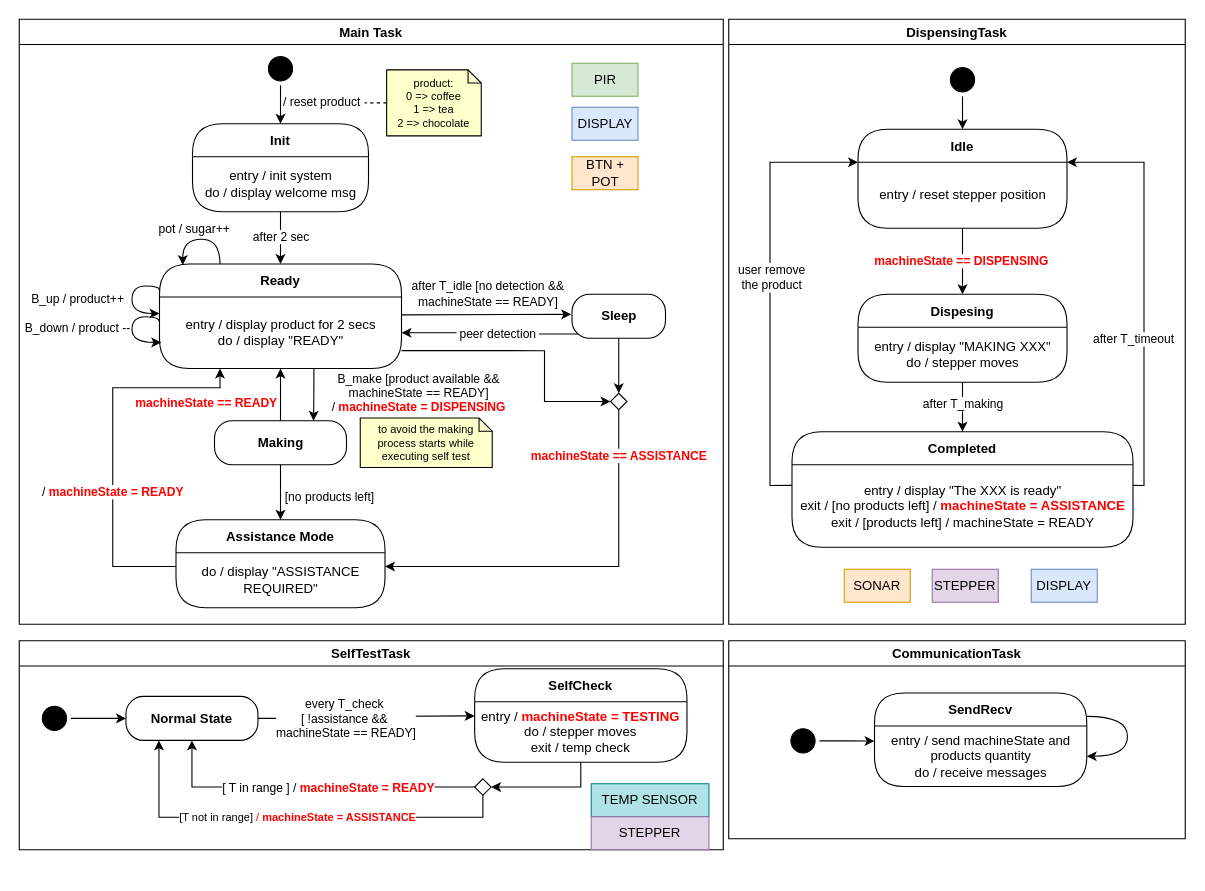
tassiLuca/smart-coffee-machine keeps this draw.io diagram as page "Page-1" (1 of 2) of docs/diagrams/src/state-chart.drawio. Above is the earlier version. Source tidied: cells renumbered, new cells numbered last; positions are measured from the earlier drawing's top-left corner, leaving out a move shared by most shapes. Both pictures are drawn from the tidied source at 110%, with x=0, y=0 at pixel (19, 19).
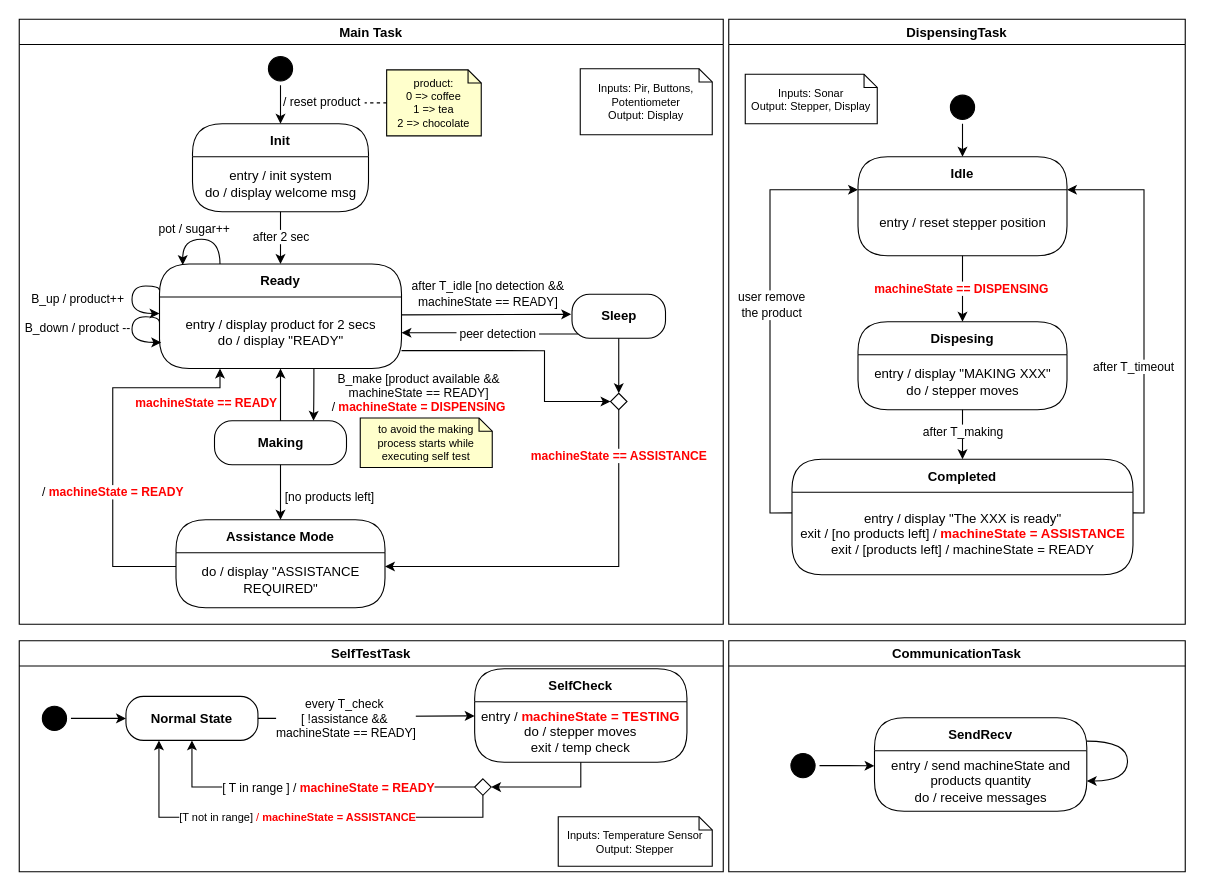
The same diagram, later.

The change refers to these unchanged cells:
```xml
<mxCell id="2" value="Main Task" style="swimlane;strokeColor=#000000;" parent="1" vertex="1">
  <mxGeometry width="640" height="550" as="geometry" />
</mxCell>
<mxCell id="43" value="DispensingTask" style="swimlane;strokeColor=#000000;" parent="1" vertex="1">
  <mxGeometry x="645" width="415" height="550" as="geometry" />
</mxCell>
<mxCell id="51" value="entry / display &quot;The XXX is ready&quot;&lt;br&gt;exit / [no products left] / &lt;b&gt;&lt;font color=&quot;#ff0000&quot;&gt;machineState = ASSISTANCE&lt;/font&gt;&lt;/b&gt;&lt;br&gt;exit / [products left] / machineState = READY" style="text;html=1;align=center;verticalAlign=middle;spacingLeft=4;spacingRight=4;whiteSpace=wrap;overflow=hidden;" parent="50" vertex="1">
  <mxGeometry y="30" width="310" height="75" as="geometry" />
</mxCell>
<mxCell id="58" value="entry / reset stepper position" style="text;html=1;align=center;verticalAlign=middle;spacingLeft=4;spacingRight=4;whiteSpace=wrap;overflow=hidden;" parent="57" vertex="1">
  <mxGeometry y="30" width="190" height="60" as="geometry" />
</mxCell>
```

What changed in the source:
```diff
@@
-    <mxCell id="16" value="PIR" style="text;html=1;strokeColor=#82b366;fillColor=#d5e8d4;align=center;verticalAlign=middle;whiteSpace=wrap;rounded=0;" parent="2" vertex="1">
-      <mxGeometry x="502.5" y="40" width="60" height="30" as="geometry" />
-    </mxCell>
-    <mxCell id="17" value="DISPLAY" style="text;html=1;strokeColor=#6c8ebf;fillColor=#dae8fc;align=center;verticalAlign=middle;whiteSpace=wrap;rounded=0;" parent="2" vertex="1">
-      <mxGeometry x="502.5" y="80" width="60" height="30" as="geometry" />
-    </mxCell>
@@
-    <mxCell id="40" value="BTN + POT" style="text;html=1;strokeColor=#d79b00;fillColor=#ffe6cc;align=center;verticalAlign=middle;whiteSpace=wrap;rounded=0;" parent="2" vertex="1">
-      <mxGeometry x="502.5" y="125" width="60" height="30" as="geometry" />
-    </mxCell>
@@
+    <mxCell id="84" value="&lt;span style=&quot;text-align: left;&quot;&gt;Inputs: Pir, Buttons, Potentiometer&lt;br&gt;Output: Display&lt;br&gt;&lt;/span&gt;" style="shape=note;size=12;whiteSpace=wrap;html=1;fontSize=10;" parent="2" vertex="1">
+      <mxGeometry x="510" y="45" width="120" height="60" as="geometry" />
+    </mxCell>
@@
-    <mxCell id="44" value="STEPPER" style="text;html=1;strokeColor=#9673a6;fillColor=#e1d5e7;align=center;verticalAlign=middle;whiteSpace=wrap;rounded=0;" parent="43" vertex="1">
-      <mxGeometry x="185" y="500" width="60" height="30" as="geometry" />
-    </mxCell>
-    <mxCell id="45" value="SONAR" style="text;html=1;strokeColor=#d79b00;fillColor=#ffe6cc;align=center;verticalAlign=middle;whiteSpace=wrap;rounded=0;" parent="43" vertex="1">
-      <mxGeometry x="105" y="500" width="60" height="30" as="geometry" />
-    </mxCell>
-    <mxCell id="46" value="DISPLAY" style="text;html=1;strokeColor=#6c8ebf;fillColor=#dae8fc;align=center;verticalAlign=middle;whiteSpace=wrap;rounded=0;" parent="43" vertex="1">
-      <mxGeometry x="275" y="500" width="60" height="30" as="geometry" />
-    </mxCell>
     <mxCell id="47" style="ellipse;html=1;shape=startState;fillColor=#000000;strokeColor=#000000;" parent="43" vertex="1">
-      <mxGeometry x="197.5" y="40" width="30" height="30" as="geometry" />
+      <mxGeometry x="197.5" y="65" width="30" height="30" as="geometry" />
     </mxCell>
     <mxCell id="48" value="Dispesing" style="swimlane;fontStyle=1;align=center;verticalAlign=middle;horizontal=1;startSize=30;rounded=1;arcSize=30;swimlaneFillColor=#FFFFFF;" parent="43" vertex="1">
-      <mxGeometry x="117.5" y="250" width="190" height="80" as="geometry" />
+      <mxGeometry x="117.5" y="275" width="190" height="80" as="geometry" />
     </mxCell>
@@
     <mxCell id="50" value="Completed" style="swimlane;fontStyle=1;align=center;verticalAlign=middle;horizontal=1;startSize=30;rounded=1;arcSize=30;swimlaneFillColor=#FFFFFF;" parent="43" vertex="1">
-      <mxGeometry x="57.5" y="375" width="310" height="105" as="geometry" />
+      <mxGeometry x="57.5" y="400" width="310" height="105" as="geometry" />
     </mxCell>
@@
     <mxCell id="53" style="edgeStyle=orthogonalEdgeStyle;rounded=0;jettySize=auto;html=1;exitX=0;exitY=0.25;exitDx=0;exitDy=0;entryX=0;entryY=0;entryDx=0;entryDy=0;fontColor=#000000;" parent="43" edge="1" source="51" target="58">
       <mxGeometry relative="1" as="geometry">
         <Array as="points">
-          <mxPoint x="37.5" y="424" />
-          <mxPoint x="37.5" y="130" />
+          <mxPoint x="37.5" y="449" />
+          <mxPoint x="37.5" y="155" />
         </Array>
       </mxGeometry>
     </mxCell>
@@
     <mxCell id="55" style="edgeStyle=orthogonalEdgeStyle;rounded=0;jettySize=auto;html=1;exitX=1;exitY=0.25;exitDx=0;exitDy=0;entryX=1;entryY=0;entryDx=0;entryDy=0;fontColor=#000000;" parent="43" edge="1" source="51" target="58">
       <mxGeometry relative="1" as="geometry">
         <Array as="points">
-          <mxPoint x="377.5" y="424" />
-          <mxPoint x="377.5" y="130" />
+          <mxPoint x="377.5" y="449" />
+          <mxPoint x="377.5" y="155" />
         </Array>
       </mxGeometry>
     </mxCell>
@@
     <mxCell id="57" value="Idle" style="swimlane;fontStyle=1;align=center;verticalAlign=middle;horizontal=1;startSize=30;rounded=1;arcSize=30;swimlaneFillColor=#FFFFFF;" parent="43" vertex="1">
-      <mxGeometry x="117.5" y="100" width="190" height="90" as="geometry" />
+      <mxGeometry x="117.5" y="125" width="190" height="90" as="geometry" />
     </mxCell>
@@
+    <mxCell id="85" value="&lt;span style=&quot;text-align: left;&quot;&gt;Inputs: Sonar&lt;br&gt;Output: Stepper, Display&lt;br&gt;&lt;/span&gt;" style="shape=note;size=12;whiteSpace=wrap;html=1;fontSize=10;" parent="43" vertex="1">
+      <mxGeometry x="15" y="50" width="120" height="45" as="geometry" />
+    </mxCell>
     <mxCell id="61" value="SelfTestTask" style="swimlane;strokeColor=#000000;" parent="1" vertex="1">
-      <mxGeometry y="565" width="640" height="190" as="geometry" />
+      <mxGeometry y="565" width="640" height="210" as="geometry" />
     </mxCell>
@@
-    <mxCell id="75" value="TEMP SENSOR" style="text;html=1;align=center;verticalAlign=middle;whiteSpace=wrap;rounded=0;fillColor=#b0e3e6;strokeColor=#0e8088;" parent="61" vertex="1">
-      <mxGeometry x="520" y="130" width="107" height="30" as="geometry" />
-    </mxCell>
-    <mxCell id="76" value="STEPPER" style="text;html=1;strokeColor=#9673a6;fillColor=#e1d5e7;align=center;verticalAlign=middle;whiteSpace=wrap;rounded=0;" parent="61" vertex="1">
-      <mxGeometry x="520" y="160" width="107" height="30" as="geometry" />
-    </mxCell>
+    <mxCell id="86" value="&lt;span style=&quot;text-align: left;&quot;&gt;Inputs: Temperature Sensor&lt;br&gt;Output: Stepper&lt;br&gt;&lt;/span&gt;" style="shape=note;size=12;whiteSpace=wrap;html=1;fontSize=10;" parent="61" vertex="1">
+      <mxGeometry x="490" y="160" width="140" height="45" as="geometry" />
+    </mxCell>
@@
     <mxCell id="78" value="CommunicationTask" style="swimlane;strokeColor=#000000;" parent="1" vertex="1">
-      <mxGeometry x="645" y="565" width="415" height="180" as="geometry" />
+      <mxGeometry x="645" y="565" width="415" height="210" as="geometry" />
     </mxCell>
     <mxCell id="79" style="ellipse;html=1;shape=startState;fillColor=#000000;strokeColor=#000000;" parent="78" vertex="1">
-      <mxGeometry x="52.5" y="76" width="30" height="30" as="geometry" />
+      <mxGeometry x="52.5" y="98.5" width="30" height="30" as="geometry" />
     </mxCell>
@@
     <mxCell id="81" value="SendRecv" style="swimlane;fontStyle=1;align=center;verticalAlign=middle;horizontal=1;startSize=30;rounded=1;arcSize=30;swimlaneFillColor=#FFFFFF;" parent="78" vertex="1">
-      <mxGeometry x="132.5" y="47.5" width="193" height="85" as="geometry" />
+      <mxGeometry x="132.5" y="70" width="193" height="85" as="geometry" />
     </mxCell>
```
